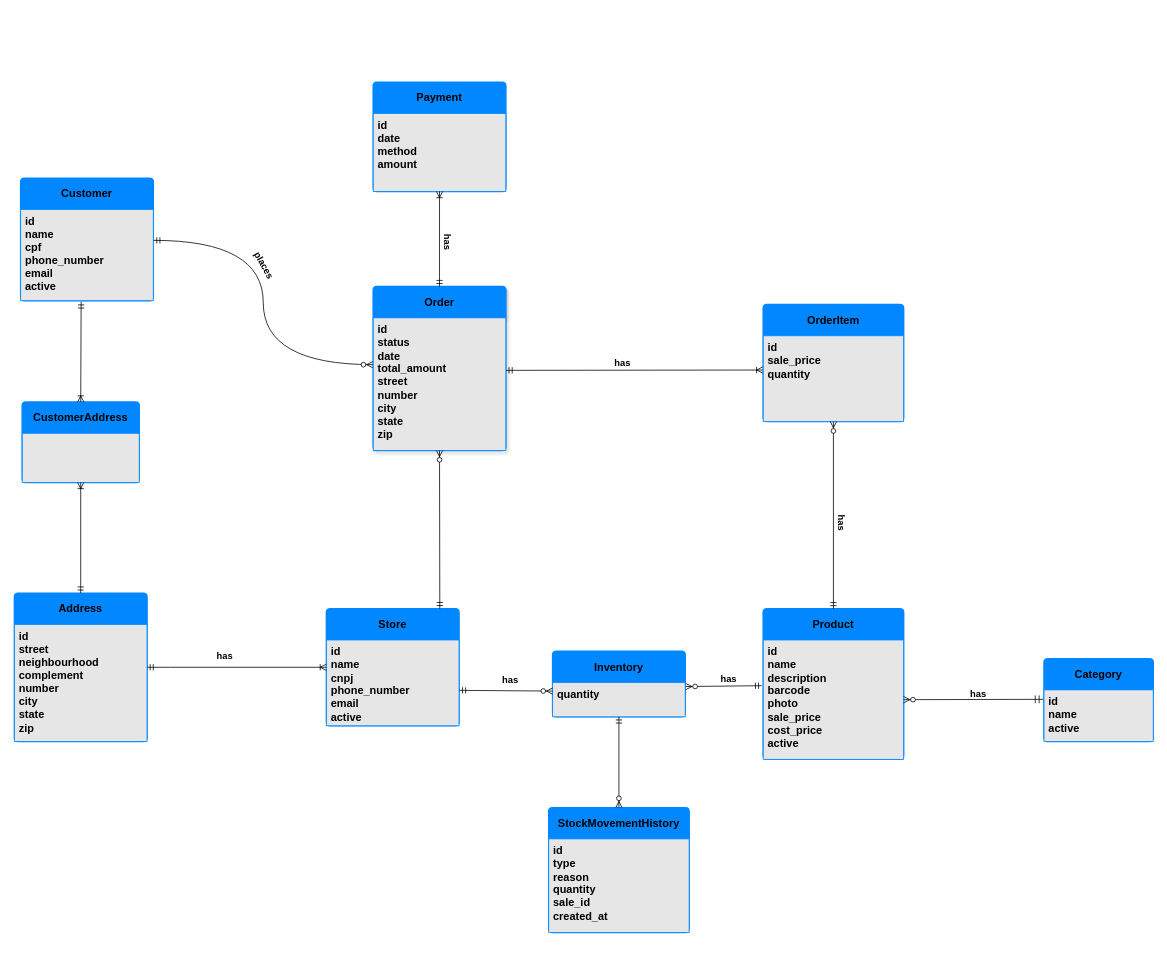
The draw.io diagram database/ER Diagram/logical_data_model/logical_data_model.drawio in lucasferreira09/Store_Management_System, before the edit. Source tidied: cells renumbered, new cells numbered last; positions are measured from the earlier drawing's top-left corner, leaving out a move shared by most shapes. Both pictures are drawn from the tidied source at 78%, with x=0, y=0 at pixel (14, 82).
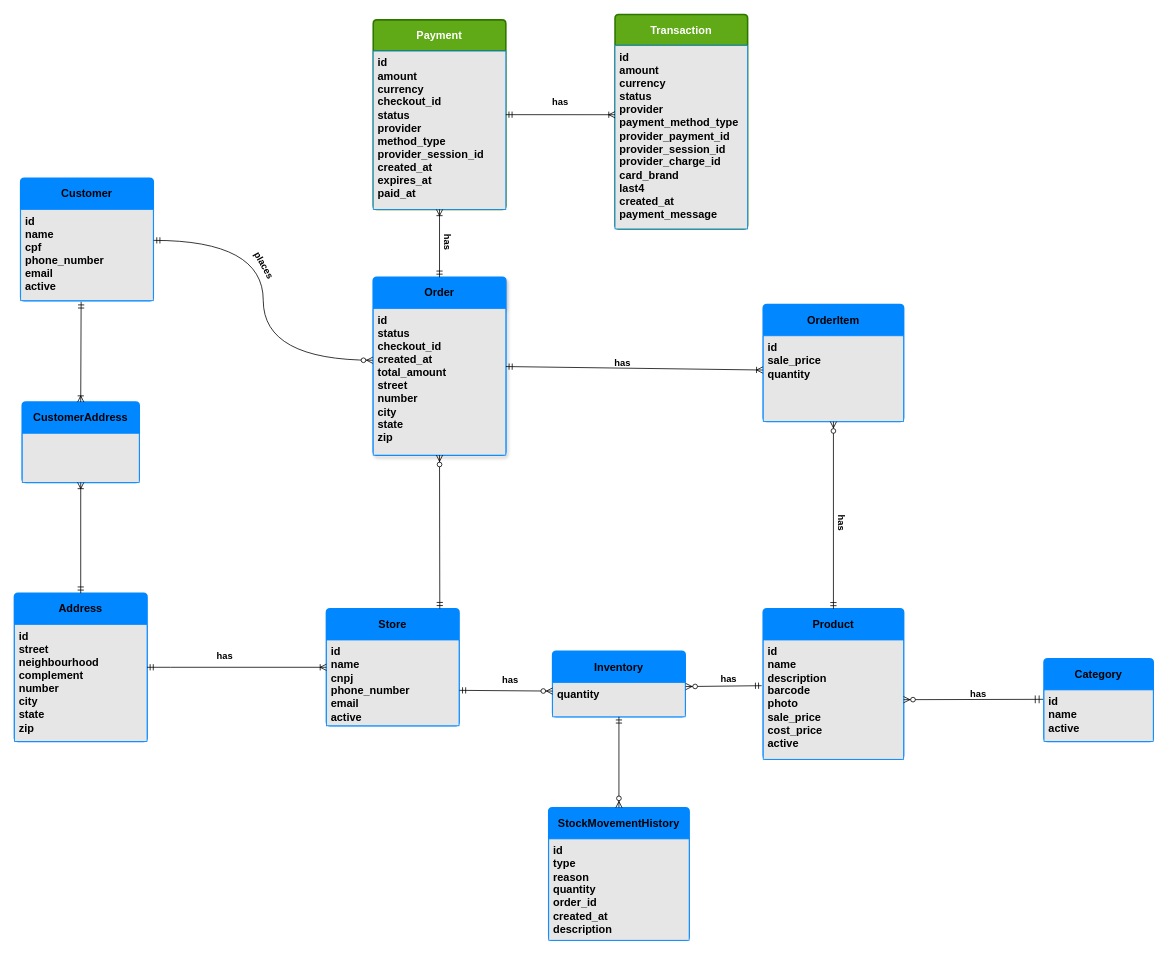
The same page after the edit.

Change to the diagram source:
```diff
@@
-    <mxCell id="8" value="Payment" style="swimlane;horizontal=1;startSize=40;rounded=1;fontSize=14;fontStyle=1;strokeWidth=2;shadow=0;dashed=0;align=center;arcSize=4;whiteSpace=wrap;html=1;fillStyle=auto;fontFamily=Helvetica;fillColor=#0187FF;strokeColor=#0187FF;" parent="1" vertex="1">
-      <mxGeometry x="460" width="170" height="140" as="geometry" />
+    <mxCell id="8" value="Payment" style="swimlane;horizontal=1;startSize=40;rounded=1;fontSize=14;fontStyle=1;strokeWidth=2;shadow=0;dashed=0;align=center;arcSize=4;whiteSpace=wrap;html=1;fillStyle=auto;fontFamily=Helvetica;fillColor=#60a917;strokeColor=#2D7600;fontColor=#ffffff;" parent="1" vertex="1">
+      <mxGeometry x="460" y="-80" width="170" height="243" as="geometry" />
     </mxCell>
-    <mxCell id="9" value="id&lt;br&gt;date&lt;div&gt;method&lt;/div&gt;&lt;div&gt;amount&lt;/div&gt;" style="align=left;spacingLeft=4;spacingRight=4;fontSize=14;verticalAlign=top;html=1;whiteSpace=wrap;fontStyle=1;fillColor=#E6E6E6;strokeColor=#0187FF;" parent="8" vertex="1">
-      <mxGeometry y="40" width="170" height="100" as="geometry" />
+    <mxCell id="9" value="id&lt;br&gt;&lt;div&gt;&lt;span style=&quot;background-color: transparent; color: light-dark(rgb(0, 0, 0), rgb(255, 255, 255));&quot;&gt;amount&lt;/span&gt;&lt;/div&gt;&lt;div&gt;&lt;span style=&quot;background-color: transparent; color: light-dark(rgb(0, 0, 0), rgb(255, 255, 255));&quot;&gt;currency&lt;/span&gt;&lt;/div&gt;&lt;div&gt;&lt;span style=&quot;background-color: transparent; color: light-dark(rgb(0, 0, 0), rgb(255, 255, 255));&quot;&gt;checkout_id&lt;/span&gt;&lt;/div&gt;&lt;div&gt;&lt;span style=&quot;background-color: transparent; color: light-dark(rgb(0, 0, 0), rgb(255, 255, 255));&quot;&gt;status&lt;/span&gt;&lt;/div&gt;&lt;div&gt;&lt;span style=&quot;background-color: transparent; color: light-dark(rgb(0, 0, 0), rgb(255, 255, 255));&quot;&gt;provider&lt;/span&gt;&lt;/div&gt;&lt;div&gt;&lt;span style=&quot;background-color: transparent; color: light-dark(rgb(0, 0, 0), rgb(255, 255, 255));&quot;&gt;method_type&lt;/span&gt;&lt;/div&gt;&lt;div&gt;&lt;span style=&quot;background-color: transparent; color: light-dark(rgb(0, 0, 0), rgb(255, 255, 255));&quot;&gt;provider_session_id&lt;/span&gt;&lt;/div&gt;&lt;div&gt;&lt;span style=&quot;background-color: transparent; color: light-dark(rgb(0, 0, 0), rgb(255, 255, 255));&quot;&gt;created_at&lt;/span&gt;&lt;/div&gt;&lt;div&gt;&lt;span style=&quot;background-color: transparent; color: light-dark(rgb(0, 0, 0), rgb(255, 255, 255));&quot;&gt;expires_at&lt;/span&gt;&lt;/div&gt;&lt;div&gt;&lt;span style=&quot;background-color: transparent; color: light-dark(rgb(0, 0, 0), rgb(255, 255, 255));&quot;&gt;paid_at&lt;/span&gt;&lt;/div&gt;" style="align=left;spacingLeft=4;spacingRight=4;fontSize=14;verticalAlign=top;html=1;whiteSpace=wrap;fontStyle=1;fillColor=#E6E6E6;strokeColor=#0187FF;" parent="8" vertex="1">
+      <mxGeometry y="40" width="170" height="203" as="geometry" />
     </mxCell>
     <mxCell id="10" value="Order" style="swimlane;horizontal=1;startSize=40;rounded=1;fontSize=14;fontStyle=1;strokeWidth=2;shadow=1;dashed=0;align=center;arcSize=4;whiteSpace=wrap;html=1;fillStyle=auto;fontFamily=Helvetica;fillColor=#0187FF;strokeColor=#0187FF;" parent="1" vertex="1">
-      <mxGeometry x="460" y="262" width="170" height="210" as="geometry" />
+      <mxGeometry x="460" y="250" width="170" height="228" as="geometry" />
     </mxCell>
-    <mxCell id="11" value="id&lt;br&gt;status&lt;div&gt;date&lt;/div&gt;&lt;div&gt;total_amount&lt;/div&gt;&lt;div&gt;street&lt;/div&gt;&lt;div&gt;number&lt;/div&gt;&lt;div&gt;city&lt;/div&gt;&lt;div&gt;state&lt;/div&gt;&lt;div&gt;zip&lt;/div&gt;" style="align=left;spacingLeft=4;spacingRight=4;fontSize=14;verticalAlign=top;html=1;whiteSpace=wrap;fontStyle=1;fillColor=#E6E6E6;strokeColor=#0187FF;" parent="10" vertex="1">
-      <mxGeometry y="40" width="170" height="170" as="geometry" />
+    <mxCell id="11" value="id&lt;br&gt;status&lt;div&gt;checkout_id&lt;/div&gt;&lt;div&gt;created_at&lt;/div&gt;&lt;div&gt;total_amount&lt;/div&gt;&lt;div&gt;street&lt;/div&gt;&lt;div&gt;number&lt;/div&gt;&lt;div&gt;city&lt;/div&gt;&lt;div&gt;state&lt;/div&gt;&lt;div&gt;zip&lt;/div&gt;" style="align=left;spacingLeft=4;spacingRight=4;fontSize=14;verticalAlign=top;html=1;whiteSpace=wrap;fontStyle=1;fillColor=#E6E6E6;strokeColor=#0187FF;" parent="10" vertex="1">
+      <mxGeometry y="40" width="170" height="188" as="geometry" />
     </mxCell>
@@
     <mxCell id="42" value="StockMovementHistory" style="swimlane;horizontal=1;startSize=40;rounded=1;fontSize=14;fontStyle=1;strokeWidth=2;shadow=0;dashed=0;align=center;arcSize=4;whiteSpace=wrap;html=1;fillStyle=auto;fontFamily=Helvetica;fillColor=#0187FF;strokeColor=#0187FF;" parent="1" vertex="1">
-      <mxGeometry x="685" y="930" width="180" height="160" as="geometry" />
+      <mxGeometry x="685" y="930" width="180" height="170" as="geometry" />
     </mxCell>
-    <mxCell id="43" value="&lt;div&gt;id&lt;/div&gt;&lt;div&gt;type&lt;/div&gt;&lt;div&gt;reason&lt;/div&gt;&lt;div&gt;quantity&lt;/div&gt;&lt;div&gt;sale_id&lt;/div&gt;&lt;div&gt;created_at&lt;/div&gt;" style="align=left;spacingLeft=4;spacingRight=4;fontSize=14;verticalAlign=top;html=1;whiteSpace=wrap;fontStyle=1;fillColor=#E6E6E6;strokeColor=#0187FF;" parent="42" vertex="1">
-      <mxGeometry y="40" width="180" height="120" as="geometry" />
+    <mxCell id="43" value="&lt;div&gt;id&lt;/div&gt;&lt;div&gt;type&lt;/div&gt;&lt;div&gt;reason&lt;/div&gt;&lt;div&gt;quantity&lt;/div&gt;&lt;div&gt;order_id&lt;/div&gt;&lt;div&gt;created_at&lt;/div&gt;&lt;div&gt;description&lt;/div&gt;" style="align=left;spacingLeft=4;spacingRight=4;fontSize=14;verticalAlign=top;html=1;whiteSpace=wrap;fontStyle=1;fillColor=#E6E6E6;strokeColor=#0187FF;" parent="42" vertex="1">
+      <mxGeometry y="40" width="180" height="130" as="geometry" />
     </mxCell>
@@
+    <mxCell id="45" value="Transaction" style="swimlane;horizontal=1;startSize=40;rounded=1;fontSize=14;fontStyle=1;strokeWidth=2;shadow=0;dashed=0;align=center;arcSize=4;whiteSpace=wrap;html=1;fillStyle=auto;fontFamily=Helvetica;fillColor=#60a917;strokeColor=#2D7600;fontColor=#ffffff;" parent="1" vertex="1">
+      <mxGeometry x="770" y="-87" width="170" height="275" as="geometry" />
+    </mxCell>
+    <mxCell id="46" value="id&lt;br&gt;&lt;div&gt;&lt;span style=&quot;background-color: transparent; color: light-dark(rgb(0, 0, 0), rgb(255, 255, 255));&quot;&gt;amount&lt;/span&gt;&lt;/div&gt;&lt;div&gt;&lt;span style=&quot;background-color: transparent; color: light-dark(rgb(0, 0, 0), rgb(255, 255, 255));&quot;&gt;currency&lt;/span&gt;&lt;/div&gt;&lt;div&gt;status&lt;span style=&quot;background-color: transparent; color: light-dark(rgb(0, 0, 0), rgb(255, 255, 255));&quot;&gt;&lt;/span&gt;&lt;/div&gt;&lt;div&gt;provider&lt;/div&gt;&lt;div&gt;&lt;span style=&quot;background-color: transparent; color: light-dark(rgb(0, 0, 0), rgb(255, 255, 255));&quot;&gt;payment_method_type&lt;/span&gt;&lt;/div&gt;&lt;div&gt;&lt;span style=&quot;background-color: transparent; color: light-dark(rgb(0, 0, 0), rgb(255, 255, 255));&quot;&gt;provider_payment_id&lt;/span&gt;&lt;/div&gt;&lt;div&gt;&lt;span style=&quot;background-color: transparent; color: light-dark(rgb(0, 0, 0), rgb(255, 255, 255));&quot;&gt;provider_session_id&lt;/span&gt;&lt;/div&gt;&lt;div&gt;&lt;span style=&quot;background-color: transparent; color: light-dark(rgb(0, 0, 0), rgb(255, 255, 255));&quot;&gt;provider_charge_id&lt;/span&gt;&lt;/div&gt;&lt;div&gt;&lt;span style=&quot;background-color: transparent; color: light-dark(rgb(0, 0, 0), rgb(255, 255, 255));&quot;&gt;card_brand&lt;/span&gt;&lt;/div&gt;&lt;div&gt;&lt;span style=&quot;background-color: transparent; color: light-dark(rgb(0, 0, 0), rgb(255, 255, 255));&quot;&gt;last4&lt;/span&gt;&lt;/div&gt;&lt;div&gt;&lt;span style=&quot;background-color: transparent; color: light-dark(rgb(0, 0, 0), rgb(255, 255, 255));&quot;&gt;created_at&lt;/span&gt;&lt;/div&gt;&lt;div&gt;payment_message&lt;/div&gt;" style="align=left;spacingLeft=4;spacingRight=4;fontSize=14;verticalAlign=top;html=1;whiteSpace=wrap;fontStyle=1;fillColor=#E6E6E6;strokeColor=#0187FF;" parent="45" vertex="1">
+      <mxGeometry y="40" width="170" height="235" as="geometry" />
+    </mxCell>
+    <mxCell id="47" style="fontSize=12;html=1;endArrow=ERoneToMany;startArrow=ERmandOne;rounded=0;entryX=0;entryY=0.377;entryDx=0;entryDy=0;exitX=1;exitY=0.5;exitDx=0;exitDy=0;entryPerimeter=0;" parent="1" edge="1" source="8" target="46">
+      <mxGeometry relative="1" as="geometry" />
+    </mxCell>
+    <mxCell id="48" value="&lt;b&gt;has&lt;/b&gt;" style="text;html=1;whiteSpace=wrap;strokeColor=none;fillColor=none;align=center;verticalAlign=middle;rounded=0;rotation=0;shadow=1;" parent="1" vertex="1">
+      <mxGeometry x="670" y="10" width="60" height="30" as="geometry" />
+    </mxCell>
```
